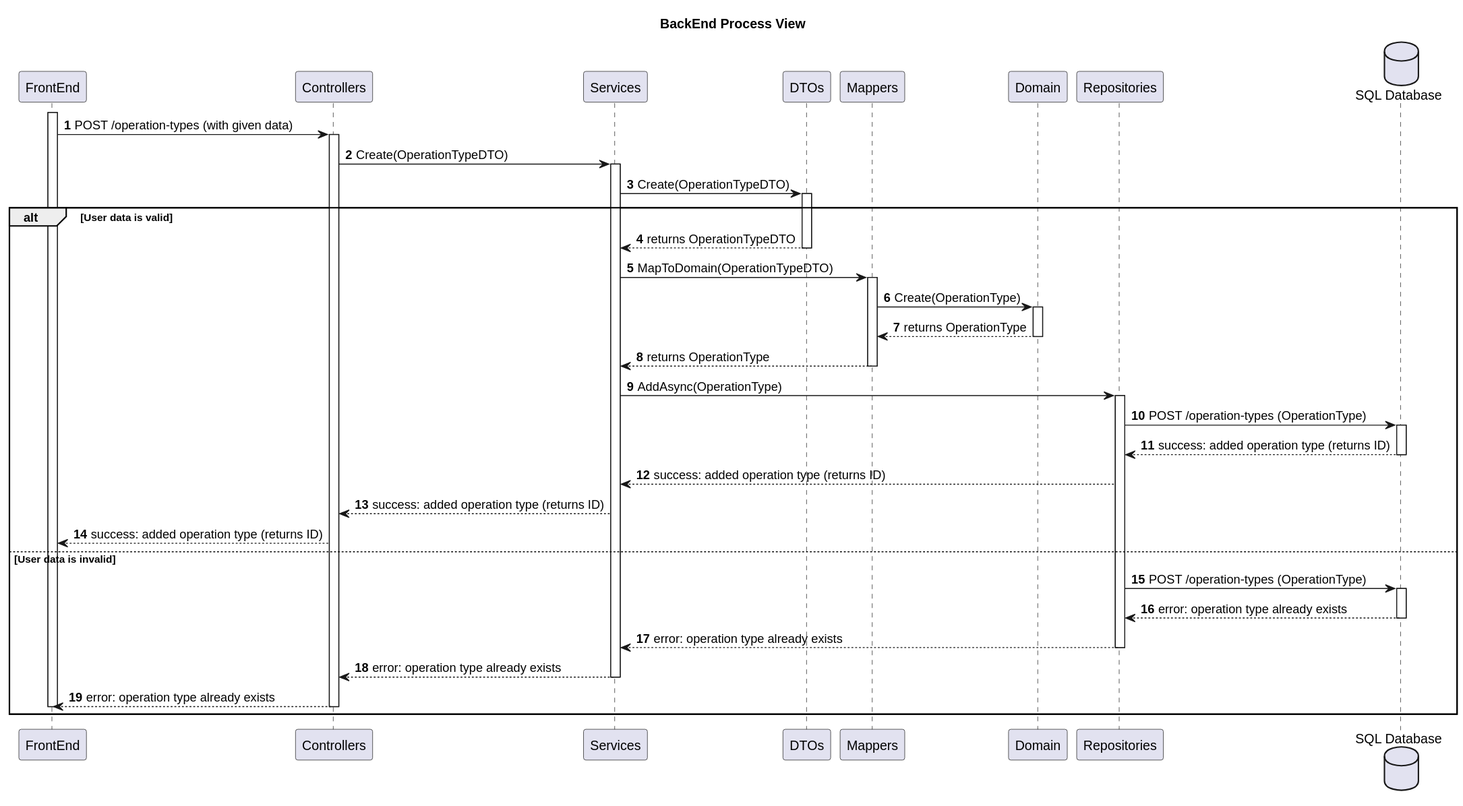
Before: docs/SprintA/37-add-new-operation-types/level3/backend-process-view.svg, a diagram exported from PlantUML (MiguelCardoso77/SurgicalSync-BackEnd).
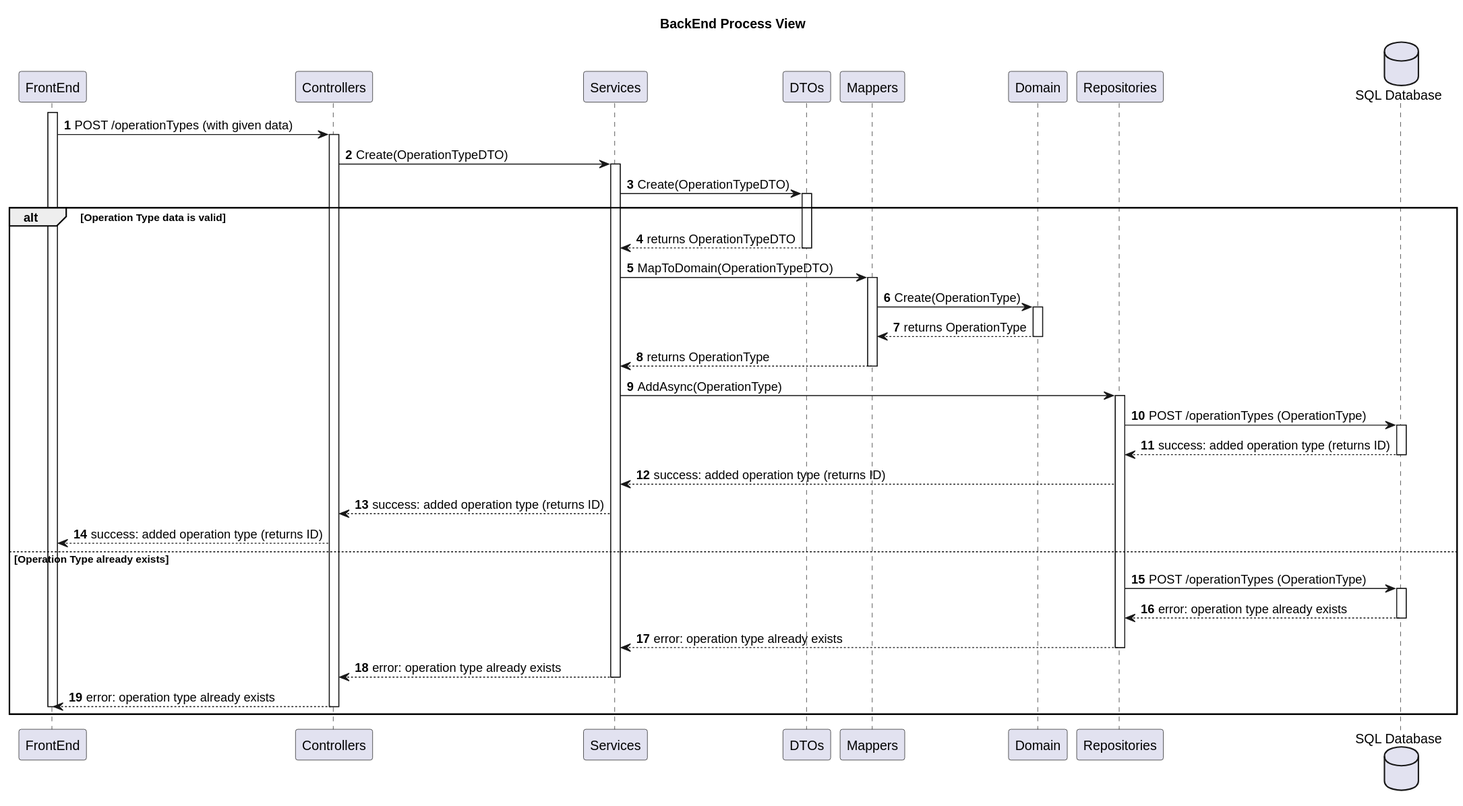
Later version of the same file.

Commit message:
#20 Updated Documentation and New Class Diagram

The edit, as a diff of the source:
```diff
@@ -13,7 +13,7 @@
 database "SQL Database" as SQL
 
 activate FE
-    FE -> CN: POST /operation-types (with given data)
+    FE -> CN: POST /operationTypes (with given data)
     activate CN
 
         CN -> SV : Create(OperationTypeDTO)
@@ -22,7 +22,7 @@
             SV -> DTO : Create(OperationTypeDTO)
             activate DTO
 
-alt User data is valid
+alt Operation Type data is valid
 
                 DTO --> SV : returns OperationTypeDTO
             deactivate DTO
@@ -42,7 +42,7 @@
             SV -> REPO : AddAsync(OperationType)
             activate REPO
 
-                REPO -> SQL : POST /operation-types (OperationType)
+                REPO -> SQL : POST /operationTypes (OperationType)
                 activate SQL
 
                     SQL --> REPO : success: added operation type (returns ID)
@@ -54,9 +54,9 @@
             SV --> CN : success: added operation type (returns ID)
         FE <-- CN: success: added operation type (returns ID)
 
-else User data is invalid
+else Operation Type already exists
 
-                REPO -> SQL : POST /operation-types (OperationType)
+                REPO -> SQL : POST /operationTypes (OperationType)
                 activate SQL
 
                     SQL --> REPO : error: operation type already exists
```
